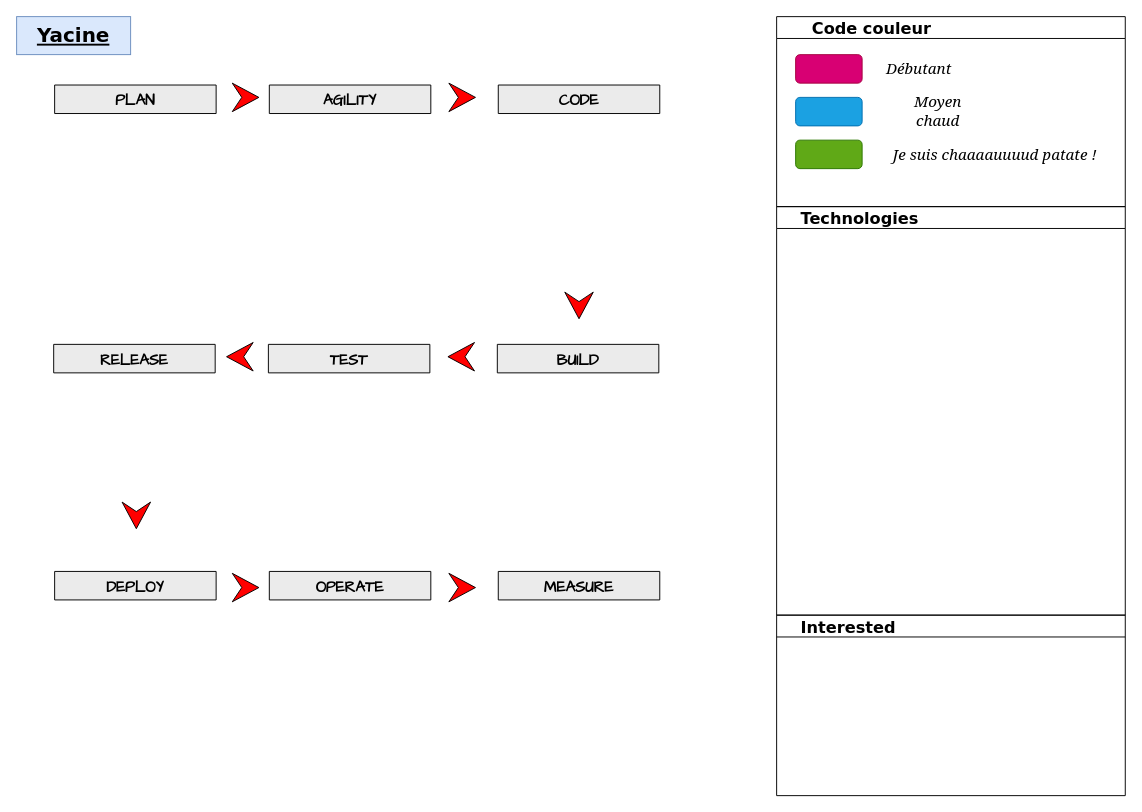
The draw.io diagram skills.drawio in teolia/TeoSchool_skills, before the edit. Source tidied: cells renumbered, new cells numbered last; positions are measured from the earlier drawing's top-left corner, leaving out a move shared by most shapes. Both pictures are drawn from the tidied source at 95%, with x=0, y=0 at pixel (16, 16).
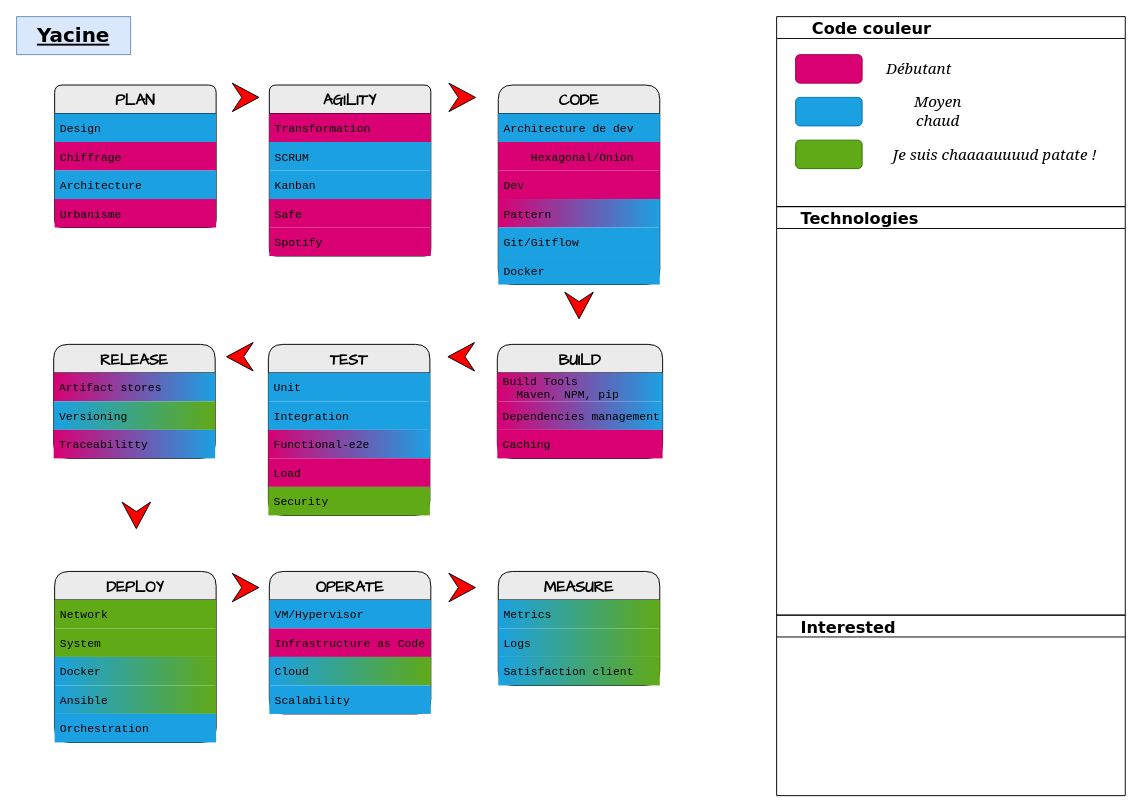
Above is the later version.

Commit message:
Mettre à jour skills.drawio

The edit, as a diff of the source:
```diff
@@
-    <mxCell id="3" value="PLAN" style="swimlane;fontStyle=1;horizontal=1;startSize=30;fontFamily=Comic Sans MS;rounded=1;arcSize=9;labelBackgroundColor=none;fillColor=#EBEBEB;fontSize=16;" parent="1" vertex="1" collapsed="1">
-      <mxGeometry x="40" y="72" width="170" height="30" as="geometry" />
+    <mxCell id="3" value="PLAN" style="swimlane;fontStyle=1;horizontal=1;startSize=30;fontFamily=Comic Sans MS;rounded=1;arcSize=9;labelBackgroundColor=none;fillColor=#EBEBEB;fontSize=16;" parent="1" vertex="1">
+      <mxGeometry x="40" y="72" width="170" height="150" as="geometry" />
     </mxCell>
+    <mxCell id="29" value="Design" style="text;align=left;verticalAlign=middle;spacingLeft=4;spacingRight=4;overflow=hidden;fontFamily=Courier New;fillColor=#1BA1E2;" parent="3" vertex="1">
+      <mxGeometry y="30" width="170" height="30" as="geometry" />
+    </mxCell>
+    <mxCell id="30" value="Chiffrage" style="text;align=left;verticalAlign=middle;spacingLeft=4;spacingRight=4;overflow=hidden;fontFamily=Courier New;fillColor=#D80073;" parent="3" vertex="1">
+      <mxGeometry y="60" width="170" height="30" as="geometry" />
+    </mxCell>
+    <mxCell id="31" value="Architecture" style="text;align=left;verticalAlign=middle;spacingLeft=4;spacingRight=4;overflow=hidden;fontFamily=Courier New;fillColor=#1BA1E2;" parent="3" vertex="1">
+      <mxGeometry y="90" width="170" height="30" as="geometry" />
+    </mxCell>
+    <mxCell id="32" value="Urbanisme" style="text;strokeColor=none;fillColor=#D80073;align=left;verticalAlign=middle;spacingLeft=4;spacingRight=4;overflow=hidden;fontFamily=Courier New;" parent="3" vertex="1">
+      <mxGeometry y="120" width="170" height="30" as="geometry" />
+    </mxCell>
-    <mxCell id="4" value="AGILITY" style="swimlane;fontStyle=1;horizontal=1;startSize=30;fontFamily=Comic Sans MS;rounded=1;arcSize=8;labelBackgroundColor=none;fillColor=#EBEBEB;fontSize=16;" parent="1" vertex="1" collapsed="1">
-      <mxGeometry x="266" y="72" width="170" height="30" as="geometry" />
+    <mxCell id="4" value="AGILITY" style="swimlane;fontStyle=1;horizontal=1;startSize=30;fontFamily=Comic Sans MS;rounded=1;arcSize=8;labelBackgroundColor=none;fillColor=#EBEBEB;fontSize=16;" parent="1" vertex="1">
+      <mxGeometry x="266" y="72" width="170" height="180" as="geometry" />
     </mxCell>
+    <mxCell id="33" value="Transformation" style="text;align=left;verticalAlign=middle;spacingLeft=4;spacingRight=4;overflow=hidden;fontFamily=Courier New;fillColor=#D80073;" parent="4" vertex="1">
+      <mxGeometry y="30" width="170" height="30" as="geometry" />
+    </mxCell>
+    <mxCell id="34" value="SCRUM" style="text;strokeColor=none;fillColor=#1BA1E2;align=left;verticalAlign=middle;spacingLeft=4;spacingRight=4;overflow=hidden;fontFamily=Courier New;" parent="4" vertex="1">
+      <mxGeometry y="60" width="170" height="30" as="geometry" />
+    </mxCell>
+    <mxCell id="35" value="Kanban" style="text;strokeColor=none;fillColor=#1BA1E2;align=left;verticalAlign=middle;spacingLeft=4;spacingRight=4;overflow=hidden;fontFamily=Courier New;" parent="4" vertex="1">
+      <mxGeometry y="90" width="170" height="30" as="geometry" />
+    </mxCell>
+    <mxCell id="36" value="Safe" style="text;strokeColor=none;fillColor=#D80073;align=left;verticalAlign=middle;spacingLeft=4;spacingRight=4;overflow=hidden;fontFamily=Courier New;" parent="4" vertex="1">
+      <mxGeometry y="120" width="170" height="30" as="geometry" />
+    </mxCell>
+    <mxCell id="37" value="Spotify" style="text;strokeColor=none;fillColor=#D80073;align=left;verticalAlign=middle;spacingLeft=4;spacingRight=4;overflow=hidden;fontFamily=Courier New;" parent="4" vertex="1">
+      <mxGeometry y="150" width="170" height="30" as="geometry" />
+    </mxCell>
-    <mxCell id="5" value="CODE" style="swimlane;fontStyle=1;horizontal=1;startSize=30;fontFamily=Comic Sans MS;rounded=1;arcSize=17;labelBackgroundColor=none;fillColor=#EBEBEB;fontSize=16;" parent="1" vertex="1" collapsed="1">
-      <mxGeometry x="507" y="72" width="170" height="30" as="geometry" />
+    <mxCell id="5" value="CODE" style="swimlane;fontStyle=1;horizontal=1;startSize=30;fontFamily=Comic Sans MS;rounded=1;arcSize=17;labelBackgroundColor=none;fillColor=#EBEBEB;fontSize=16;" parent="1" vertex="1">
+      <mxGeometry x="507" y="72" width="170" height="210" as="geometry" />
     </mxCell>
+    <mxCell id="38" value="Architecture de dev" style="text;align=left;verticalAlign=middle;spacingLeft=4;spacingRight=4;overflow=hidden;fontFamily=Courier New;fillColor=#1BA1E2;" parent="5" vertex="1">
+      <mxGeometry y="30" width="170" height="30" as="geometry" />
+    </mxCell>
+    <mxCell id="39" value="    Hexagonal/Onion" style="text;strokeColor=none;fillColor=#D80073;align=left;verticalAlign=middle;spacingLeft=4;spacingRight=4;overflow=hidden;fontFamily=Courier New;" parent="5" vertex="1">
+      <mxGeometry y="60" width="170" height="30" as="geometry" />
+    </mxCell>
+    <mxCell id="40" value="Dev" style="text;strokeColor=none;fillColor=#D80073;align=left;verticalAlign=middle;spacingLeft=4;spacingRight=4;overflow=hidden;fontFamily=Courier New;" parent="5" vertex="1">
+      <mxGeometry y="90" width="170" height="30" as="geometry" />
+    </mxCell>
+    <mxCell id="41" value="Pattern" style="text;strokeColor=none;fillColor=#1BA1E2;align=left;verticalAlign=middle;spacingLeft=4;spacingRight=4;overflow=hidden;fontFamily=Courier New;gradientColor=#D80073;gradientDirection=west;" parent="5" vertex="1">
+      <mxGeometry y="120" width="170" height="30" as="geometry" />
+    </mxCell>
+    <mxCell id="42" value="Git/Gitflow" style="text;strokeColor=none;fillColor=#1BA1E2;align=left;verticalAlign=middle;spacingLeft=4;spacingRight=4;overflow=hidden;fontFamily=Courier New;" parent="5" vertex="1">
+      <mxGeometry y="150" width="170" height="30" as="geometry" />
+    </mxCell>
+    <mxCell id="43" value="Docker" style="text;strokeColor=none;fillColor=#1BA1E2;align=left;verticalAlign=middle;spacingLeft=4;spacingRight=4;overflow=hidden;fontFamily=Courier New;" parent="5" vertex="1">
+      <mxGeometry y="180" width="170" height="30" as="geometry" />
+    </mxCell>
@@
-    <mxCell id="8" value="RELEASE" style="swimlane;fontStyle=1;horizontal=1;startSize=30;fontFamily=Comic Sans MS;rounded=1;arcSize=17;labelBackgroundColor=none;fillColor=#EBEBEB;fontSize=16;" parent="1" vertex="1" collapsed="1">
-      <mxGeometry x="39" y="345" width="170" height="30" as="geometry" />
+    <mxCell id="8" value="RELEASE" style="swimlane;fontStyle=1;horizontal=1;startSize=30;fontFamily=Comic Sans MS;rounded=1;arcSize=17;labelBackgroundColor=none;fillColor=#EBEBEB;fontSize=16;" parent="1" vertex="1">
+      <mxGeometry x="39" y="345" width="170" height="120" as="geometry" />
     </mxCell>
+    <mxCell id="44" value="Artifact stores" style="text;align=left;verticalAlign=middle;spacingLeft=4;spacingRight=4;overflow=hidden;fontFamily=Courier New;fillColor=#1BA1E2;gradientColor=#D80073;gradientDirection=west;" parent="8" vertex="1">
+      <mxGeometry y="30" width="170" height="30" as="geometry" />
+    </mxCell>
+    <mxCell id="45" value="Versioning" style="text;strokeColor=none;fillColor=#60A917;align=left;verticalAlign=middle;spacingLeft=4;spacingRight=4;overflow=hidden;fontFamily=Courier New;gradientColor=#1BA1E2;gradientDirection=west;" parent="8" vertex="1">
+      <mxGeometry y="60" width="170" height="30" as="geometry" />
+    </mxCell>
+    <mxCell id="46" value="Traceabilitty" style="text;strokeColor=none;fillColor=#1BA1E2;align=left;verticalAlign=middle;spacingLeft=4;spacingRight=4;overflow=hidden;fontFamily=Courier New;gradientColor=#D80073;gradientDirection=west;" parent="8" vertex="1">
+      <mxGeometry y="90" width="170" height="30" as="geometry" />
+    </mxCell>
-    <mxCell id="9" value="TEST" style="swimlane;fontStyle=1;horizontal=1;startSize=30;fontFamily=Comic Sans MS;rounded=1;arcSize=17;labelBackgroundColor=none;fillColor=#EBEBEB;fontSize=16;" parent="1" vertex="1" collapsed="1">
-      <mxGeometry x="265" y="345" width="170" height="30" as="geometry" />
+    <mxCell id="9" value="TEST" style="swimlane;fontStyle=1;horizontal=1;startSize=30;fontFamily=Comic Sans MS;rounded=1;arcSize=17;labelBackgroundColor=none;fillColor=#EBEBEB;fontSize=16;" parent="1" vertex="1">
+      <mxGeometry x="265" y="345" width="170" height="180" as="geometry" />
     </mxCell>
+    <mxCell id="47" value="Unit" style="text;align=left;verticalAlign=middle;spacingLeft=4;spacingRight=4;overflow=hidden;fontFamily=Courier New;fillColor=#1BA1E2;" parent="9" vertex="1">
+      <mxGeometry y="30" width="170" height="30" as="geometry" />
+    </mxCell>
+    <mxCell id="48" value="Integration" style="text;strokeColor=none;fillColor=#1BA1E2;align=left;verticalAlign=middle;spacingLeft=4;spacingRight=4;overflow=hidden;fontFamily=Courier New;" parent="9" vertex="1">
+      <mxGeometry y="60" width="170" height="30" as="geometry" />
+    </mxCell>
+    <mxCell id="49" value="Functional-e2e" style="text;strokeColor=none;fillColor=#1BA1E2;align=left;verticalAlign=middle;spacingLeft=4;spacingRight=4;overflow=hidden;fontFamily=Courier New;gradientColor=#D80073;gradientDirection=west;" parent="9" vertex="1">
+      <mxGeometry y="90" width="170" height="30" as="geometry" />
+    </mxCell>
+    <mxCell id="50" value="Load" style="text;strokeColor=none;fillColor=#D80073;align=left;verticalAlign=middle;spacingLeft=4;spacingRight=4;overflow=hidden;fontFamily=Courier New;" parent="9" vertex="1">
+      <mxGeometry y="120" width="170" height="30" as="geometry" />
+    </mxCell>
+    <mxCell id="51" value="Security" style="text;strokeColor=none;fillColor=#60A917;align=left;verticalAlign=middle;spacingLeft=4;spacingRight=4;overflow=hidden;fontFamily=Courier New;" parent="9" vertex="1">
+      <mxGeometry y="150" width="170" height="30" as="geometry" />
+    </mxCell>
-    <mxCell id="10" value="BUILD" style="swimlane;fontStyle=1;horizontal=1;startSize=30;fontFamily=Comic Sans MS;rounded=1;arcSize=17;labelBackgroundColor=none;fillColor=#EBEBEB;fontSize=16;" parent="1" vertex="1" collapsed="1">
-      <mxGeometry x="506" y="345" width="170" height="30" as="geometry" />
+    <mxCell id="10" value="BUILD" style="swimlane;fontStyle=1;horizontal=1;startSize=30;fontFamily=Comic Sans MS;rounded=1;arcSize=17;labelBackgroundColor=none;fillColor=#EBEBEB;fontSize=16;" parent="1" vertex="1">
+      <mxGeometry x="506" y="345" width="174" height="120" as="geometry" />
     </mxCell>
+    <mxCell id="52" value="Build Tools&#10;  Maven, NPM, pip" style="text;align=left;verticalAlign=middle;spacingLeft=4;spacingRight=4;overflow=hidden;fontFamily=Courier New;fillColor=#1BA1E2;gradientColor=#D80073;gradientDirection=west;" parent="10" vertex="1">
+      <mxGeometry y="30" width="174" height="30" as="geometry" />
+    </mxCell>
+    <mxCell id="53" value="Dependencies management" style="text;strokeColor=none;fillColor=#1BA1E2;align=left;verticalAlign=middle;spacingLeft=4;spacingRight=4;overflow=hidden;fontFamily=Courier New;gradientColor=#D80073;gradientDirection=west;" parent="10" vertex="1">
+      <mxGeometry y="60" width="174" height="30" as="geometry" />
+    </mxCell>
+    <mxCell id="54" value="Caching" style="text;strokeColor=none;fillColor=#D80073;align=left;verticalAlign=middle;spacingLeft=4;spacingRight=4;overflow=hidden;fontFamily=Courier New;" parent="10" vertex="1">
+      <mxGeometry y="90" width="174" height="30" as="geometry" />
+    </mxCell>
-    <mxCell id="11" value="DEPLOY" style="swimlane;fontStyle=1;horizontal=1;startSize=30;fontFamily=Comic Sans MS;rounded=1;arcSize=17;labelBackgroundColor=none;fillColor=#EBEBEB;fontSize=16;" parent="1" vertex="1" collapsed="1">
-      <mxGeometry x="40" y="584" width="170" height="30" as="geometry" />
+    <mxCell id="11" value="DEPLOY" style="swimlane;fontStyle=1;horizontal=1;startSize=30;fontFamily=Comic Sans MS;rounded=1;arcSize=17;labelBackgroundColor=none;fillColor=#EBEBEB;fontSize=16;" parent="1" vertex="1">
+      <mxGeometry x="40" y="584" width="170" height="180" as="geometry" />
     </mxCell>
+    <mxCell id="55" value="Network" style="text;align=left;verticalAlign=middle;spacingLeft=4;spacingRight=4;overflow=hidden;fontFamily=Courier New;fillColor=#60A917;" parent="11" vertex="1">
+      <mxGeometry y="30" width="170" height="30" as="geometry" />
+    </mxCell>
+    <mxCell id="56" value="System" style="text;strokeColor=none;fillColor=#60A917;align=left;verticalAlign=middle;spacingLeft=4;spacingRight=4;overflow=hidden;fontFamily=Courier New;" parent="11" vertex="1">
+      <mxGeometry y="60" width="170" height="30" as="geometry" />
+    </mxCell>
+    <mxCell id="57" value="Docker" style="text;strokeColor=none;fillColor=#60A917;align=left;verticalAlign=middle;spacingLeft=4;spacingRight=4;overflow=hidden;fontFamily=Courier New;gradientColor=#1BA1E2;gradientDirection=west;" parent="11" vertex="1">
+      <mxGeometry y="90" width="170" height="30" as="geometry" />
+    </mxCell>
+    <mxCell id="58" value="Ansible" style="text;strokeColor=none;fillColor=#60A917;align=left;verticalAlign=middle;spacingLeft=4;spacingRight=4;overflow=hidden;fontFamily=Courier New;gradientColor=#1BA1E2;gradientDirection=west;" parent="11" vertex="1">
+      <mxGeometry y="120" width="170" height="30" as="geometry" />
+    </mxCell>
+    <mxCell id="59" value="Orchestration" style="text;strokeColor=none;fillColor=#1BA1E2;align=left;verticalAlign=middle;spacingLeft=4;spacingRight=4;overflow=hidden;fontFamily=Courier New;" parent="11" vertex="1">
+      <mxGeometry y="150" width="170" height="30" as="geometry" />
+    </mxCell>
-    <mxCell id="12" value="OPERATE" style="swimlane;fontStyle=1;horizontal=1;startSize=30;fontFamily=Comic Sans MS;rounded=1;arcSize=17;labelBackgroundColor=none;fillColor=#EBEBEB;fontSize=16;" parent="1" vertex="1" collapsed="1">
-      <mxGeometry x="266" y="584" width="170" height="30" as="geometry" />
+    <mxCell id="12" value="OPERATE" style="swimlane;fontStyle=1;horizontal=1;startSize=30;fontFamily=Comic Sans MS;rounded=1;arcSize=17;labelBackgroundColor=none;fillColor=#EBEBEB;fontSize=16;" parent="1" vertex="1">
+      <mxGeometry x="266" y="584" width="170" height="150" as="geometry" />
     </mxCell>
+    <mxCell id="60" value="VM/Hypervisor" style="text;align=left;verticalAlign=middle;spacingLeft=4;spacingRight=4;overflow=hidden;fontFamily=Courier New;fillColor=#1BA1E2;" parent="12" vertex="1">
+      <mxGeometry y="30" width="170" height="30" as="geometry" />
+    </mxCell>
+    <mxCell id="61" value="Infrastructure as Code" style="text;strokeColor=none;fillColor=#D80073;align=left;verticalAlign=middle;spacingLeft=4;spacingRight=4;overflow=hidden;fontFamily=Courier New;" parent="12" vertex="1">
+      <mxGeometry y="60" width="170" height="30" as="geometry" />
+    </mxCell>
+    <mxCell id="62" value="Cloud" style="text;strokeColor=none;fillColor=#60A917;align=left;verticalAlign=middle;spacingLeft=4;spacingRight=4;overflow=hidden;fontFamily=Courier New;gradientColor=#1BA1E2;gradientDirection=west;" parent="12" vertex="1">
+      <mxGeometry y="90" width="170" height="30" as="geometry" />
+    </mxCell>
+    <mxCell id="63" value="Scalability" style="text;strokeColor=none;fillColor=#1BA1E2;align=left;verticalAlign=middle;spacingLeft=4;spacingRight=4;overflow=hidden;fontFamily=Courier New;" parent="12" vertex="1">
+      <mxGeometry y="120" width="170" height="30" as="geometry" />
+    </mxCell>
-    <mxCell id="13" value="MEASURE" style="swimlane;fontStyle=1;horizontal=1;startSize=30;fontFamily=Comic Sans MS;rounded=1;arcSize=17;labelBackgroundColor=none;fillColor=#EBEBEB;fontSize=16;" parent="1" vertex="1" collapsed="1">
-      <mxGeometry x="507" y="584" width="170" height="30" as="geometry" />
+    <mxCell id="13" value="MEASURE" style="swimlane;fontStyle=1;horizontal=1;startSize=30;fontFamily=Comic Sans MS;rounded=1;arcSize=17;labelBackgroundColor=none;fillColor=#EBEBEB;fontSize=16;" parent="1" vertex="1">
+      <mxGeometry x="507" y="584" width="170" height="120" as="geometry" />
     </mxCell>
+    <mxCell id="64" value="Metrics" style="text;align=left;verticalAlign=middle;spacingLeft=4;spacingRight=4;overflow=hidden;fontFamily=Courier New;fillColor=#60A917;gradientColor=#1BA1E2;gradientDirection=west;" parent="13" vertex="1">
+      <mxGeometry y="30" width="170" height="30" as="geometry" />
+    </mxCell>
+    <mxCell id="65" value="Logs" style="text;strokeColor=none;fillColor=#60A917;align=left;verticalAlign=middle;spacingLeft=4;spacingRight=4;overflow=hidden;fontFamily=Courier New;gradientColor=#1BA1E2;gradientDirection=west;" parent="13" vertex="1">
+      <mxGeometry y="60" width="170" height="30" as="geometry" />
+    </mxCell>
+    <mxCell id="66" value="Satisfaction client" style="text;strokeColor=none;fillColor=#60A917;align=left;verticalAlign=middle;spacingLeft=4;spacingRight=4;overflow=hidden;fontFamily=Courier New;gradientColor=#1BA1E2;gradientDirection=west;" parent="13" vertex="1">
+      <mxGeometry y="90" width="170" height="30" as="geometry" />
+    </mxCell>
```
